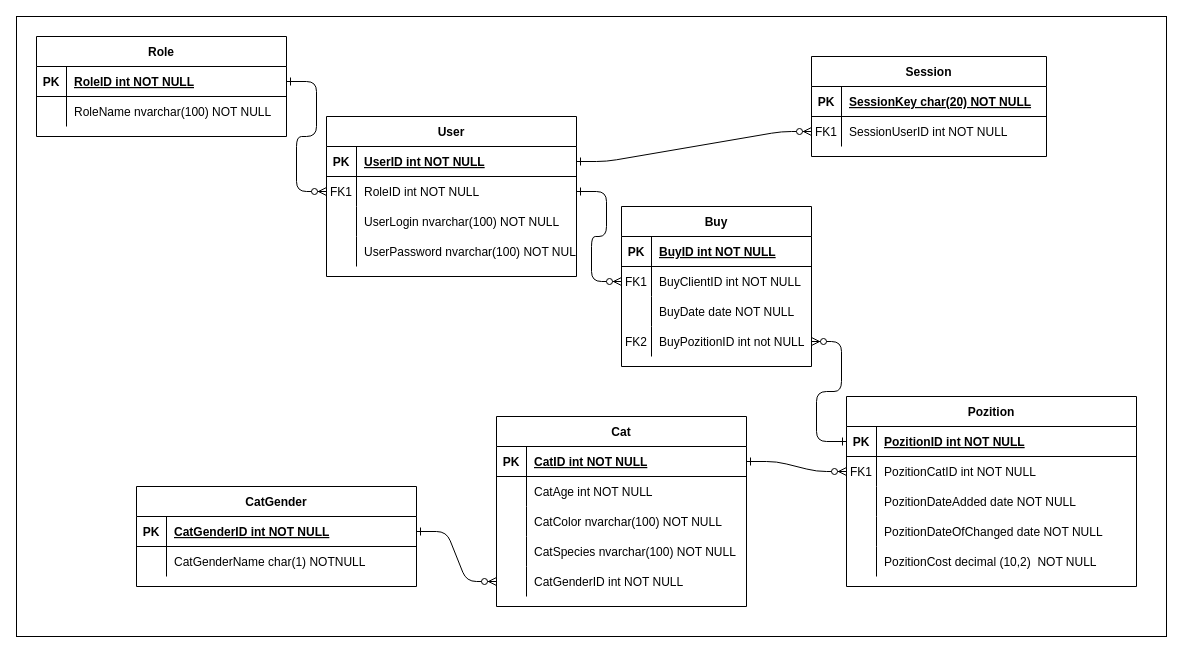
AntonSidorov1/InterShipOooOmega keeps this draw.io diagram as page "Исправления в диаграмме базы данных" (1 of 8) of Магазин котиков.drawio. Above is the earlier version. Source tidied: cells renumbered, new cells numbered last; positions are measured from the earlier drawing's top-left corner, leaving out a move shared by most shapes. Both pictures are drawn from the tidied source at 100%, with x=0, y=0 at pixel (16, 16).
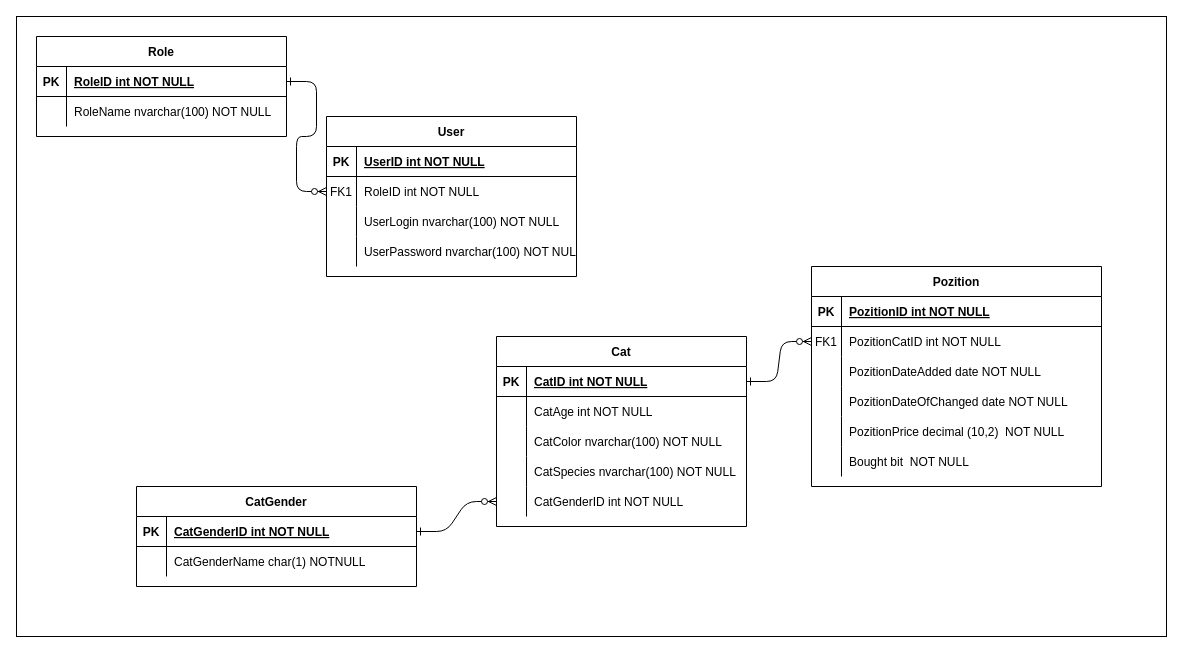
Above is the later version.

Unchanged cells that the change refers to:
```xml
<mxCell id="5" style="shape=partialRectangle;fillColor=none;points=[[0,0.5],[1,0.5]];portConstraint=eastwest;top=0;left=0;right=0;bottom=1;" parent="4" vertex="1">
  <mxGeometry y="30" width="250" height="30" as="geometry" />
</mxCell>
<mxCell id="8" style="shape=partialRectangle;fillColor=none;points=[[0,0.5],[1,0.5]];portConstraint=eastwest;top=0;left=0;right=0;bottom=0;" parent="4" vertex="1">
  <mxGeometry y="60" width="250" height="30" as="geometry" />
</mxCell>
<mxCell id="18" style="shape=partialRectangle;fillColor=none;points=[[0,0.5],[1,0.5]];portConstraint=eastwest;top=0;left=0;right=0;bottom=1;" parent="17" vertex="1">
  <mxGeometry y="30" width="290" height="30" as="geometry" />
</mxCell>
<mxCell id="30" style="shape=partialRectangle;fillColor=none;top=0;left=0;right=0;bottom=0;" parent="17" vertex="1">
  <mxGeometry y="150" width="290" height="30" as="geometry" />
</mxCell>
```

The edit, as a diff of the source:
```diff
@@
     <mxCell id="17" value="Pozition" style="shape=table;startSize=30;childLayout=tableLayout;rowLines=0;fontStyle=1;align=center;" parent="1" vertex="1">
-      <mxGeometry x="830" y="380" width="290" height="190" as="geometry" />
+      <mxGeometry x="795" y="250" width="290" height="220" as="geometry" />
     </mxCell>
@@
-    <mxCell id="32" value="PozitionCost decimal (10,2)  NOT NULL" style="shape=partialRectangle;overflow=hidden;fillColor=none;top=0;left=0;bottom=0;right=0;align=left;spacingLeft=6;" parent="30" vertex="1">
+    <mxCell id="32" value="PozitionPrice decimal (10,2)  NOT NULL" style="shape=partialRectangle;overflow=hidden;fillColor=none;top=0;left=0;bottom=0;right=0;align=left;spacingLeft=6;" parent="30" vertex="1">
       <mxGeometry x="30" width="260" height="30" as="geometry" />
     </mxCell>
+    <mxCell id="88" style="shape=partialRectangle;fillColor=none;top=0;left=0;right=0;bottom=0;" parent="17" vertex="1">
+      <mxGeometry y="180" width="290" height="30" as="geometry" />
+    </mxCell>
+    <mxCell id="81" style="shape=partialRectangle;overflow=hidden;fillColor=none;top=0;left=0;bottom=0;right=0;" parent="88" vertex="1">
+      <mxGeometry width="30" height="30" as="geometry" />
+    </mxCell>
+    <mxCell id="89" value="Bought bit  NOT NULL" style="shape=partialRectangle;overflow=hidden;fillColor=none;top=0;left=0;bottom=0;right=0;align=left;spacingLeft=6;" parent="88" vertex="1">
+      <mxGeometry x="30" width="260" height="30" as="geometry" />
+    </mxCell>
@@
     <mxCell id="40" value="Cat" style="shape=table;startSize=30;childLayout=tableLayout;rowLines=0;fontStyle=1;align=center;" parent="1" vertex="1">
-      <mxGeometry x="480" y="400" width="250" height="190" as="geometry" />
+      <mxGeometry x="480" y="320" width="250" height="190" as="geometry" />
     </mxCell>
@@
-    <mxCell id="65" value="Session" style="shape=table;startSize=30;childLayout=tableLayout;rowLines=0;fontStyle=1;align=center;" parent="1" vertex="1">
-      <mxGeometry x="795" y="40" width="235" height="100" as="geometry" />
-    </mxCell>
-    <mxCell id="66" style="shape=tableRow;horizontal=0;startSize=0;swimlaneHead=0;swimlaneBody=0;fillColor=none;top=0;left=0;right=0;bottom=1;" parent="65" vertex="1">
-      <mxGeometry y="30" width="235" height="30" as="geometry" />
-    </mxCell>
-    <mxCell id="67" value="PK" style="shape=partialRectangle;fillColor=none;top=0;left=0;bottom=0;right=0;fontStyle=1;overflow=hidden;" parent="66" vertex="1">
-      <mxGeometry width="30" height="30" as="geometry" />
-    </mxCell>
-    <mxCell id="68" value="SessionKey char(20) NOT NULL" style="shape=partialRectangle;fillColor=none;top=0;left=0;bottom=0;right=0;align=left;spacingLeft=6;fontStyle=5;overflow=hidden;" parent="66" vertex="1">
-      <mxGeometry x="30" width="205" height="30" as="geometry" />
-    </mxCell>
-    <mxCell id="69" style="shape=tableRow;horizontal=0;startSize=0;swimlaneHead=0;swimlaneBody=0;fillColor=none;points=[[0,0.5],[1,0.5]];portConstraint=eastwest;top=0;left=0;right=0;bottom=0;" parent="65" vertex="1">
-      <mxGeometry y="60" width="235" height="30" as="geometry" />
-    </mxCell>
-    <mxCell id="70" value="FK1" style="shape=partialRectangle;fillColor=none;top=0;left=0;bottom=0;right=0;overflow=hidden;" parent="69" vertex="1">
-      <mxGeometry width="30" height="30" as="geometry" />
-    </mxCell>
-    <mxCell id="71" value="SessionUserID int NOT NULL" style="shape=partialRectangle;fillColor=none;top=0;left=0;bottom=0;right=0;align=left;spacingLeft=6;overflow=hidden;" parent="69" vertex="1">
-      <mxGeometry x="30" width="205" height="30" as="geometry" />
-    </mxCell>
-    <mxCell id="72" style="edgeStyle=entityRelationEdgeStyle;endArrow=ERzeroToMany;startArrow=ERone;endFill=1;startFill=0;entryX=0;entryY=0.5;entryDx=0;entryDy=0;exitX=1;exitY=0.5;exitDx=0;exitDy=0;" parent="1" edge="1" source="5" target="69">
-      <mxGeometry relative="1" as="geometry" />
-    </mxCell>
-    <mxCell id="73" value="Buy" style="shape=table;startSize=30;childLayout=tableLayout;rowLines=0;fontStyle=1;align=center;" parent="1" vertex="1">
-      <mxGeometry x="605" y="190" width="190" height="160" as="geometry" />
-    </mxCell>
-    <mxCell id="74" style="shape=partialRectangle;fillColor=none;top=0;left=0;right=0;bottom=1;" parent="73" vertex="1">
-      <mxGeometry y="30" width="190" height="30" as="geometry" />
-    </mxCell>
-    <mxCell id="75" value="PK" style="shape=partialRectangle;overflow=hidden;fillColor=none;top=0;left=0;bottom=0;right=0;fontStyle=1;" parent="74" vertex="1">
-      <mxGeometry width="30" height="30" as="geometry" />
-    </mxCell>
-    <mxCell id="76" value="BuyID int NOT NULL " style="shape=partialRectangle;overflow=hidden;fillColor=none;top=0;left=0;bottom=0;right=0;align=left;spacingLeft=6;fontStyle=5;" parent="74" vertex="1">
-      <mxGeometry x="30" width="160" height="30" as="geometry" />
-    </mxCell>
-    <mxCell id="77" style="shape=partialRectangle;fillColor=none;points=[[0,0.5],[1,0.5]];portConstraint=eastwest;top=0;left=0;right=0;bottom=0;" parent="73" vertex="1">
-      <mxGeometry y="60" width="190" height="30" as="geometry" />
-    </mxCell>
-    <mxCell id="78" value="FK1" style="shape=partialRectangle;overflow=hidden;fillColor=none;top=0;left=0;bottom=0;right=0;" parent="77" vertex="1">
-      <mxGeometry width="30" height="30" as="geometry" />
-    </mxCell>
-    <mxCell id="79" value="BuyClientID int NOT NULL" style="shape=partialRectangle;overflow=hidden;fillColor=none;top=0;left=0;bottom=0;right=0;align=left;spacingLeft=6;" parent="77" vertex="1">
-      <mxGeometry x="30" width="160" height="30" as="geometry" />
-    </mxCell>
-    <mxCell id="80" style="shape=partialRectangle;fillColor=none;top=0;left=0;right=0;bottom=0;" parent="73" vertex="1">
-      <mxGeometry y="90" width="190" height="30" as="geometry" />
-    </mxCell>
-    <mxCell id="81" style="shape=partialRectangle;overflow=hidden;fillColor=none;top=0;left=0;bottom=0;right=0;" parent="80" vertex="1">
-      <mxGeometry width="30" height="30" as="geometry" />
-    </mxCell>
-    <mxCell id="82" value="BuyDate date NOT NULL" style="shape=partialRectangle;overflow=hidden;fillColor=none;top=0;left=0;bottom=0;right=0;align=left;spacingLeft=6;" parent="80" vertex="1">
-      <mxGeometry x="30" width="160" height="30" as="geometry" />
-    </mxCell>
-    <mxCell id="83" style="shape=partialRectangle;fillColor=none;points=[[0,0.5],[1,0.5]];portConstraint=eastwest;top=0;left=0;right=0;bottom=0;" parent="73" vertex="1">
-      <mxGeometry y="120" width="190" height="30" as="geometry" />
-    </mxCell>
-    <mxCell id="84" value="FK2" style="shape=partialRectangle;overflow=hidden;fillColor=none;top=0;left=0;bottom=0;right=0;" parent="83" vertex="1">
-      <mxGeometry width="30" height="30" as="geometry" />
-    </mxCell>
-    <mxCell id="85" value="BuyPozitionID int not NULL" style="shape=partialRectangle;overflow=hidden;fillColor=none;top=0;left=0;bottom=0;right=0;align=left;spacingLeft=6;" parent="83" vertex="1">
-      <mxGeometry x="30" width="160" height="30" as="geometry" />
-    </mxCell>
-    <mxCell id="86" style="edgeStyle=entityRelationEdgeStyle;endArrow=ERzeroToMany;startArrow=ERone;endFill=1;startFill=0;entryX=0;entryY=0.5;entryDx=0;entryDy=0;exitX=1;exitY=0.5;exitDx=0;exitDy=0;" parent="1" edge="1" source="8" target="77">
-      <mxGeometry relative="1" as="geometry" />
-    </mxCell>
-    <mxCell id="87" style="edgeStyle=entityRelationEdgeStyle;endArrow=ERzeroToMany;startArrow=ERone;endFill=1;startFill=0;entryX=1;entryY=0.5;entryDx=0;entryDy=0;" parent="1" edge="1" source="18" target="83">
-      <mxGeometry relative="1" as="geometry" />
-    </mxCell>
```
